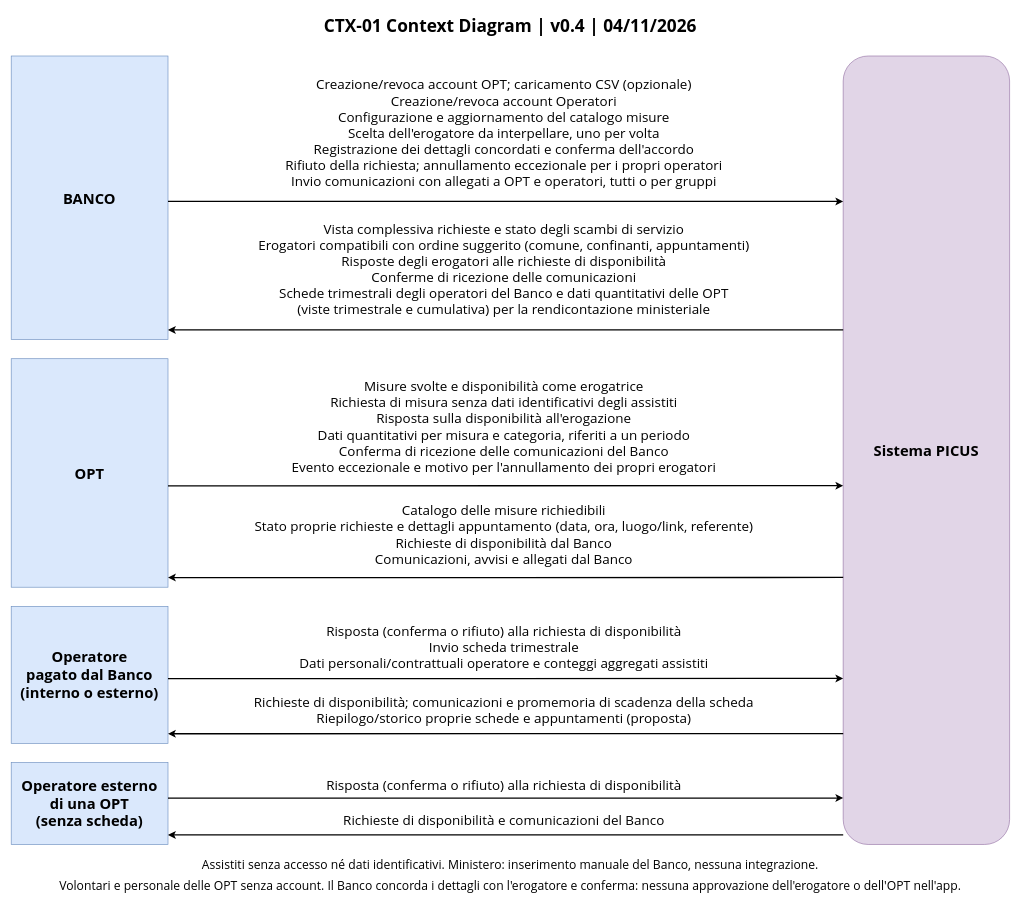
Before: docs/requirements/diagrams/contesto/Context Diagram.drawio in Pinguini-alla-Fragola/Progetto-SAD, a draw.io diagram. Source tidied: cells renumbered, new cells numbered last; positions are measured from the earlier drawing's top-left corner, leaving out a move shared by most shapes. Both pictures are drawn from the tidied source at 64%, with x=0, y=0 at pixel (11, 11).
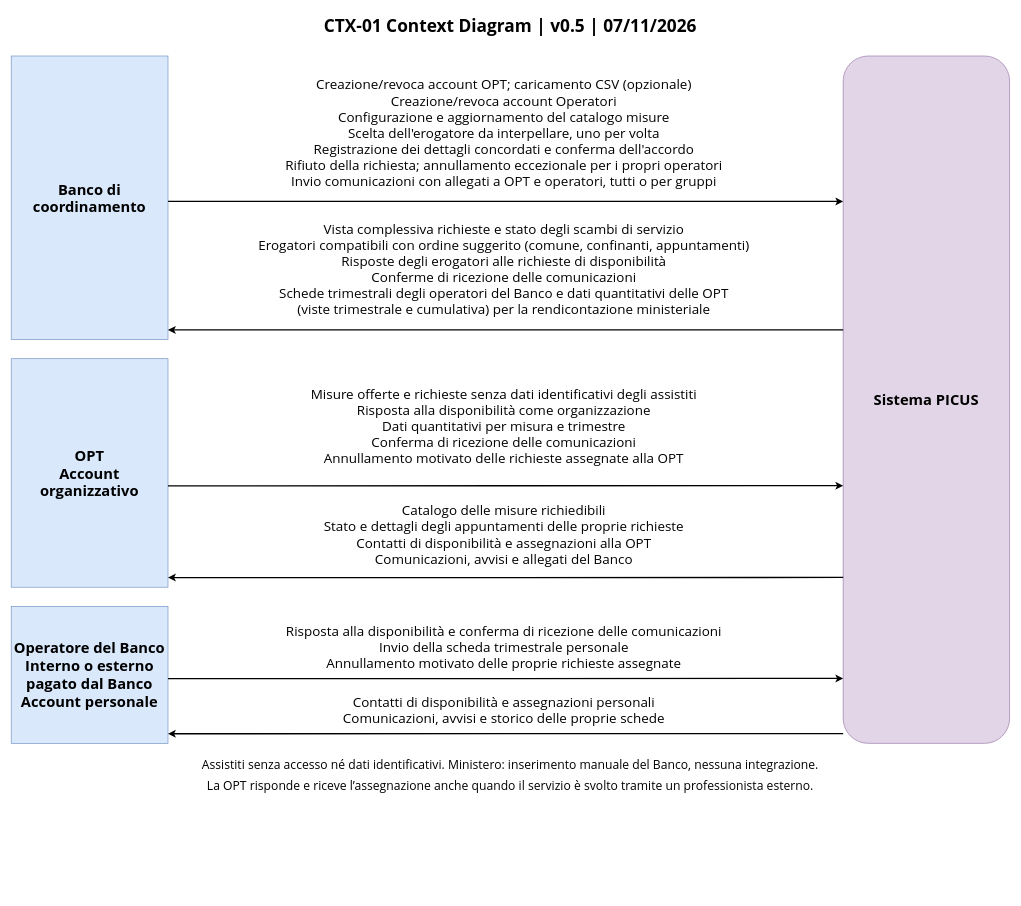
The same diagram, later.

The edit, as a diff of the source:
```diff
@@
-    <mxCell id="2" value="&lt;b&gt;BANCO&lt;/b&gt;" style="whiteSpace=wrap;html=1;align=center;verticalAlign=middle;fontFamily=Segoe UI;fontSize=23;fillColor=#dae8fc;strokeColor=#6c8ebf;" parent="1" vertex="1">
+    <mxCell id="2" value="&lt;b&gt;Banco di&lt;br&gt;coordinamento&lt;/b&gt;" style="whiteSpace=wrap;html=1;align=center;verticalAlign=middle;fontFamily=Segoe UI;fontSize=23;fillColor=#dae8fc;strokeColor=#6c8ebf;" parent="1" vertex="1">
       <mxGeometry y="70" width="245" height="443" as="geometry" />
     </mxCell>
-    <mxCell id="3" value="&lt;b&gt;OPT&lt;/b&gt;" style="whiteSpace=wrap;html=1;align=center;verticalAlign=middle;fontFamily=Segoe UI;fontSize=23;fillColor=#dae8fc;strokeColor=#6c8ebf;" parent="1" vertex="1">
+    <mxCell id="3" value="&lt;b&gt;OPT&lt;br&gt;Account organizzativo&lt;/b&gt;" style="whiteSpace=wrap;html=1;align=center;verticalAlign=middle;fontFamily=Segoe UI;fontSize=23;fillColor=#dae8fc;strokeColor=#6c8ebf;" parent="1" vertex="1">
       <mxGeometry y="543" width="245" height="357" as="geometry" />
     </mxCell>
-    <mxCell id="4" value="&lt;b&gt;Operatore&lt;br&gt;pagato dal Banco&lt;br&gt;(interno o esterno)&lt;/b&gt;" style="whiteSpace=wrap;html=1;align=center;verticalAlign=middle;fontFamily=Segoe UI;fontSize=23;fillColor=#dae8fc;strokeColor=#6c8ebf;" parent="1" vertex="1">
+    <mxCell id="4" value="&lt;b&gt;Operatore del Banco&lt;br&gt;Interno o esterno&lt;br&gt;pagato dal Banco&lt;br&gt;Account personale&lt;/b&gt;" style="whiteSpace=wrap;html=1;align=center;verticalAlign=middle;fontFamily=Segoe UI;fontSize=23;fillColor=#dae8fc;strokeColor=#6c8ebf;" parent="1" vertex="1">
       <mxGeometry y="930" width="245" height="214" as="geometry" />
     </mxCell>
-    <mxCell id="5" value="&lt;b&gt;Operatore esterno&lt;br&gt;di una OPT&lt;br&gt;(senza scheda)&lt;/b&gt;" style="whiteSpace=wrap;html=1;align=center;verticalAlign=middle;fontFamily=Segoe UI;fontSize=23;fillColor=#dae8fc;strokeColor=#6c8ebf;" parent="1" vertex="1">
-      <mxGeometry y="1174" width="245" height="128" as="geometry" />
-    </mxCell>
     <mxCell id="6" value="&lt;b&gt;Sistema PICUS&lt;/b&gt;" style="whiteSpace=wrap;html=1;align=center;verticalAlign=middle;fontFamily=Segoe UI;fontSize=23;fillColor=#e1d5e7;strokeColor=#9673a6;rounded=1;" parent="1" vertex="1">
-      <mxGeometry x="1300" y="70" width="260" height="1232" as="geometry" />
+      <mxGeometry x="1300" y="70" width="260" height="1074" as="geometry" />
     </mxCell>
-    <mxCell id="7" value="CTX-01  Context Diagram  |  v0.4  |  04/11/2026" style="whiteSpace=wrap;html=1;align=center;verticalAlign=middle;fontFamily=Segoe UI;fontSize=23;fillColor=none;strokeColor=none;fontSize=27;fontStyle=1;" parent="1" vertex="1">
+    <mxCell id="7" value="CTX-01  Context Diagram  |  v0.5  |  07/11/2026" style="whiteSpace=wrap;html=1;align=center;verticalAlign=middle;fontFamily=Segoe UI;fontSize=23;fillColor=none;strokeColor=none;fontSize=27;fontStyle=1;" parent="1" vertex="1">
       <mxGeometry width="1560" height="45" as="geometry" />
     </mxCell>
-    <mxCell id="8" style="endArrow=classic;html=1;rounded=0;strokeWidth=2;exitX=1;exitY=0.5130984643179766;entryX=0;entryY=0.18441558441558445;" parent="1" edge="1" source="2" target="6">
+    <mxCell id="8" style="endArrow=classic;html=1;rounded=0;strokeWidth=2;exitX=1;exitY=0.5130984643179766;entryX=0;entryY=0.21154562;" parent="1" edge="1" source="2" target="6">
       <mxGeometry relative="1" as="geometry" />
     </mxCell>
@@
-    <mxCell id="10" style="endArrow=classic;html=1;rounded=0;strokeWidth=2;exitX=0;exitY=0.3472402597402598;entryX=1;entryY=0.9661246612466124;" parent="1" edge="1" source="6" target="2">
+    <mxCell id="10" style="endArrow=classic;html=1;rounded=0;strokeWidth=2;exitX=0;exitY=0.39832402;entryX=1;entryY=0.9661246612466124;" parent="1" edge="1" source="6" target="2">
       <mxGeometry relative="1" as="geometry" />
     </mxCell>
@@
-    <mxCell id="12" style="endArrow=classic;html=1;rounded=0;strokeWidth=2;exitX=1;exitY=0.5563025210084034;entryX=0;entryY=0.5449675324675325;" parent="1" edge="1" source="3" target="6">
+    <mxCell id="12" style="endArrow=classic;html=1;rounded=0;strokeWidth=2;exitX=1;exitY=0.5563025210084034;entryX=0;entryY=0.62513966;" parent="1" edge="1" source="3" target="6">
       <mxGeometry relative="1" as="geometry" />
     </mxCell>
-    <mxCell id="13" value="Misure svolte e disponibilità come erogatrice&lt;br&gt;Richiesta di misura senza dati identificativi degli assistiti&lt;br&gt;Risposta sulla disponibilità all'erogazione&lt;br&gt;Dati quantitativi per misura e categoria, riferiti a un periodo&lt;br&gt;Conferma di ricezione delle comunicazioni del Banco&lt;br&gt;Evento eccezionale e motivo per l'annullamento dei propri erogatori" style="whiteSpace=wrap;html=1;align=center;verticalAlign=middle;fontFamily=Segoe UI;fontSize=23;fontSize=21;fillColor=none;strokeColor=none;" parent="1" vertex="1">
+    <mxCell id="13" value="Misure offerte e richieste senza dati identificativi degli assistiti&lt;br&gt;Risposta alla disponibilità come organizzazione&lt;br&gt;Dati quantitativi per misura e trimestre&lt;br&gt;Conferma di ricezione delle comunicazioni&lt;br&gt;Annullamento motivato delle richieste assegnate alla OPT" style="whiteSpace=wrap;html=1;align=center;verticalAlign=middle;fontFamily=Segoe UI;fontSize=23;fontSize=21;fillColor=none;strokeColor=none;" parent="1" vertex="1">
       <mxGeometry x="260" y="563" width="1020" height="172" as="geometry" />
     </mxCell>
-    <mxCell id="14" style="endArrow=classic;html=1;rounded=0;strokeWidth=2;exitX=0;exitY=0.6613636363636364;entryX=1;entryY=0.957983193277311;" parent="1" edge="1" source="6" target="3">
+    <mxCell id="14" style="endArrow=classic;html=1;rounded=0;strokeWidth=2;exitX=0;exitY=0.75865922;entryX=1;entryY=0.957983193277311;" parent="1" edge="1" source="6" target="3">
       <mxGeometry relative="1" as="geometry" />
     </mxCell>
-    <mxCell id="15" value="Catalogo delle misure richiedibili&lt;br&gt;Stato proprie richieste e dettagli appuntamento (data, ora, luogo/link, referente)&lt;br&gt;Richieste di disponibilità dal Banco&lt;br&gt;Comunicazioni, avvisi e allegati dal Banco" style="whiteSpace=wrap;html=1;align=center;verticalAlign=middle;fontFamily=Segoe UI;fontSize=23;fontSize=21;fillColor=none;strokeColor=none;" parent="1" vertex="1">
+    <mxCell id="15" value="Catalogo delle misure richiedibili&lt;br&gt;Stato e dettagli degli appuntamenti delle proprie richieste&lt;br&gt;Contatti di disponibilità e assegnazioni alla OPT&lt;br&gt;Comunicazioni, avvisi e allegati del Banco" style="whiteSpace=wrap;html=1;align=center;verticalAlign=middle;fontFamily=Segoe UI;fontSize=23;fontSize=21;fillColor=none;strokeColor=none;" parent="1" vertex="1">
       <mxGeometry x="260" y="761" width="1020" height="114" as="geometry" />
     </mxCell>
-    <mxCell id="16" style="endArrow=classic;html=1;rounded=0;strokeWidth=2;exitX=1;exitY=0.5271028037383177;entryX=0;entryY=0.789448051948052;" parent="1" edge="1" source="4" target="6">
+    <mxCell id="16" style="endArrow=classic;html=1;rounded=0;strokeWidth=2;exitX=1;exitY=0.5271028037383177;entryX=0;entryY=0.90558659;" parent="1" edge="1" source="4" target="6">
       <mxGeometry relative="1" as="geometry" />
     </mxCell>
-    <mxCell id="17" value="Risposta (conferma o rifiuto) alla richiesta di disponibilità&lt;br&gt;Invio scheda trimestrale&lt;br&gt;Dati personali/contrattuali operatore e conteggi aggregati assistiti" style="whiteSpace=wrap;html=1;align=center;verticalAlign=middle;fontFamily=Segoe UI;fontSize=23;fontSize=21;fillColor=none;strokeColor=none;" parent="1" vertex="1">
+    <mxCell id="17" value="Risposta alla disponibilità e conferma di ricezione delle comunicazioni&lt;br&gt;Invio della scheda trimestrale personale&lt;br&gt;Annullamento motivato delle proprie richieste assegnate" style="whiteSpace=wrap;html=1;align=center;verticalAlign=middle;fontFamily=Segoe UI;fontSize=23;fontSize=21;fillColor=none;strokeColor=none;" parent="1" vertex="1">
       <mxGeometry x="260" y="950" width="1020" height="86" as="geometry" />
     </mxCell>
-    <mxCell id="18" style="endArrow=classic;html=1;rounded=0;strokeWidth=2;exitX=0;exitY=0.8594155844155845;entryX=1;entryY=0.9299065420560748;" parent="1" edge="1" source="6" target="4">
+    <mxCell id="18" style="endArrow=classic;html=1;rounded=0;strokeWidth=2;exitX=0;exitY=0.98584730;entryX=1;entryY=0.9299065420560748;" parent="1" edge="1" source="6" target="4">
       <mxGeometry relative="1" as="geometry" />
     </mxCell>
-    <mxCell id="19" value="Richieste di disponibilità; comunicazioni e promemoria di scadenza della scheda&lt;br&gt;Riepilogo/storico proprie schede e appuntamenti (proposta)" style="whiteSpace=wrap;html=1;align=center;verticalAlign=middle;fontFamily=Segoe UI;fontSize=23;fontSize=21;fillColor=none;strokeColor=none;" parent="1" vertex="1">
+    <mxCell id="19" value="Contatti di disponibilità e assegnazioni personali&lt;br&gt;Comunicazioni, avvisi e storico delle proprie schede" style="whiteSpace=wrap;html=1;align=center;verticalAlign=middle;fontFamily=Segoe UI;fontSize=23;fontSize=21;fillColor=none;strokeColor=none;" parent="1" vertex="1">
       <mxGeometry x="260" y="1063" width="1020" height="57" as="geometry" />
     </mxCell>
-    <mxCell id="20" style="endArrow=classic;html=1;rounded=0;strokeWidth=2;exitX=1;exitY=0.4336973478939157;entryX=0;entryY=0.9410714285714287;" parent="1" edge="1" source="5" target="6">
-      <mxGeometry relative="1" as="geometry" />
-    </mxCell>
-    <mxCell id="21" value="Risposta (conferma o rifiuto) alla richiesta di disponibilità" style="whiteSpace=wrap;html=1;align=center;verticalAlign=middle;fontFamily=Segoe UI;fontSize=23;fontSize=21;fillColor=none;strokeColor=none;" parent="1" vertex="1">
-      <mxGeometry x="260" y="1194" width="1020" height="29" as="geometry" />
-    </mxCell>
-    <mxCell id="22" style="endArrow=classic;html=1;rounded=0;strokeWidth=2;exitX=0;exitY=0.9878246753246753;entryX=1;entryY=0.8829953198127923;" parent="1" edge="1" source="6" target="5">
-      <mxGeometry relative="1" as="geometry" />
-    </mxCell>
-    <mxCell id="23" value="Richieste di disponibilità e comunicazioni del Banco" style="whiteSpace=wrap;html=1;align=center;verticalAlign=middle;fontFamily=Segoe UI;fontSize=23;fontSize=21;fillColor=none;strokeColor=none;" parent="1" vertex="1">
-      <mxGeometry x="260" y="1249" width="1020" height="29" as="geometry" />
-    </mxCell>
     <mxCell id="24" value="Assistiti senza accesso né dati identificativi. Ministero: inserimento manuale del Banco, nessuna integrazione." style="whiteSpace=wrap;html=1;align=center;verticalAlign=middle;fontFamily=Segoe UI;fontSize=23;fontSize=19;fillColor=none;strokeColor=none;" parent="1" vertex="1">
-      <mxGeometry y="1319" width="1560" height="30" as="geometry" />
+      <mxGeometry y="1162" width="1560" height="30" as="geometry" />
     </mxCell>
-    <mxCell id="25" value="Volontari e personale delle OPT senza account. Il Banco concorda i dettagli con l'erogatore e conferma: nessuna approvazione dell'erogatore o dell'OPT nell'app." style="whiteSpace=wrap;html=1;align=center;verticalAlign=middle;fontFamily=Segoe UI;fontSize=23;fontSize=19;fillColor=none;strokeColor=none;" parent="1" vertex="1">
-      <mxGeometry y="1351" width="1560" height="30" as="geometry" />
+    <mxCell id="25" value="La OPT risponde e riceve l’assegnazione anche quando il servizio è svolto tramite un professionista esterno." style="whiteSpace=wrap;html=1;align=center;verticalAlign=middle;fontFamily=Segoe UI;fontSize=23;fontSize=19;fillColor=none;strokeColor=none;" parent="1" vertex="1">
+      <mxGeometry y="1196" width="1560" height="30" as="geometry" />
     </mxCell>
```
